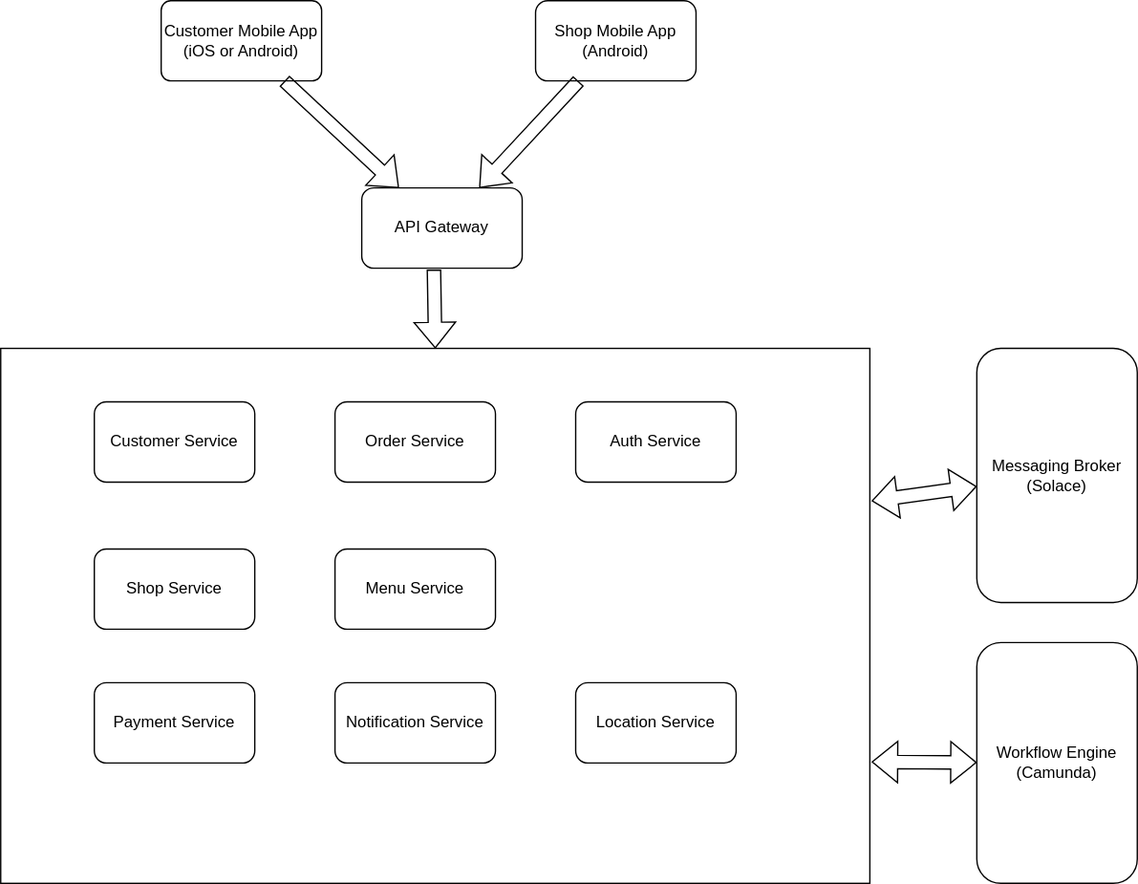
The draw.io diagram solution-design/component_diagram.svg in ngocthonguyen/digital_coffee, before a commit. Source tidied: cells renumbered, new cells last; positions are measured from the earlier drawing's top-left corner, leaving out a move shared by most shapes.
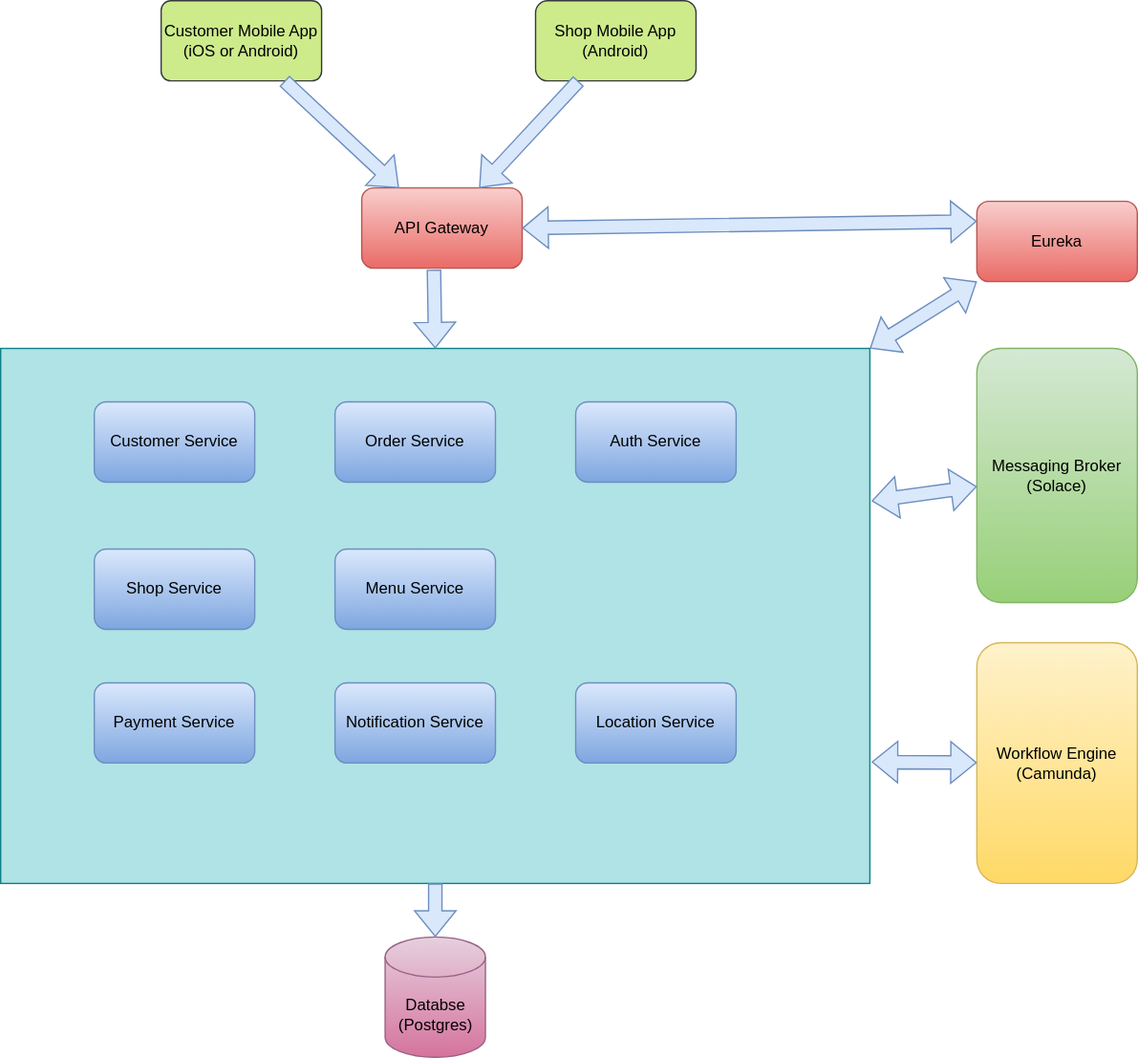
The same file after the commit.

Diff of the diagram source:
```diff
@@ -2,62 +2,77 @@
   <root>
     <mxCell id="0" />
     <mxCell id="1" parent="0" />
-    <mxCell id="2" style="rounded=0;whiteSpace=wrap;html=1;" parent="1" vertex="1">
+    <mxCell id="2" style="rounded=0;whiteSpace=wrap;html=1;fillColor=#b0e3e6;strokeColor=#0e8088;" parent="1" vertex="1">
       <mxGeometry y="260" width="650" height="400" as="geometry" />
     </mxCell>
-    <mxCell id="3" value="Customer Mobile App&lt;br&gt;(iOS or Android)" style="rounded=1;whiteSpace=wrap;html=1;arcSize=12;" parent="1" vertex="1">
+    <mxCell id="3" value="Customer Mobile App&lt;br&gt;(iOS or Android)" style="rounded=1;whiteSpace=wrap;html=1;arcSize=12;fillColor=#cdeb8b;strokeColor=#36393d;" parent="1" vertex="1">
       <mxGeometry x="120" width="120" height="60" as="geometry" />
     </mxCell>
-    <mxCell id="4" value="Shop&amp;nbsp;Mobile App&lt;br&gt;(Android)" style="rounded=1;whiteSpace=wrap;html=1;" parent="1" vertex="1">
+    <mxCell id="4" value="Shop&amp;nbsp;Mobile App&lt;br&gt;(Android)" style="rounded=1;whiteSpace=wrap;html=1;fillColor=#cdeb8b;strokeColor=#36393d;" parent="1" vertex="1">
       <mxGeometry x="400" width="120" height="60" as="geometry" />
     </mxCell>
-    <mxCell id="5" value="API Gateway" style="rounded=1;whiteSpace=wrap;html=1;" parent="1" vertex="1">
+    <mxCell id="5" value="API Gateway" style="rounded=1;whiteSpace=wrap;html=1;fillColor=#f8cecc;gradientColor=#ea6b66;strokeColor=#b85450;" parent="1" vertex="1">
       <mxGeometry x="270" y="140" width="120" height="60" as="geometry" />
     </mxCell>
-    <mxCell id="6" value="Auth Service" style="rounded=1;whiteSpace=wrap;html=1;" parent="1" vertex="1">
+    <mxCell id="6" value="Auth Service" style="rounded=1;whiteSpace=wrap;html=1;fillColor=#dae8fc;gradientColor=#7ea6e0;strokeColor=#6c8ebf;" parent="1" vertex="1">
       <mxGeometry x="430" y="300" width="120" height="60" as="geometry" />
     </mxCell>
-    <mxCell id="7" value="Shop Service" style="rounded=1;whiteSpace=wrap;html=1;" parent="1" vertex="1">
+    <mxCell id="7" value="Shop Service" style="rounded=1;whiteSpace=wrap;html=1;fillColor=#dae8fc;gradientColor=#7ea6e0;strokeColor=#6c8ebf;" parent="1" vertex="1">
       <mxGeometry x="70" y="410" width="120" height="60" as="geometry" />
     </mxCell>
-    <mxCell id="8" value="Order Service" style="rounded=1;whiteSpace=wrap;html=1;" parent="1" vertex="1">
+    <mxCell id="8" value="Order Service" style="rounded=1;whiteSpace=wrap;html=1;fillColor=#dae8fc;gradientColor=#7ea6e0;strokeColor=#6c8ebf;" parent="1" vertex="1">
       <mxGeometry x="250" y="300" width="120" height="60" as="geometry" />
     </mxCell>
-    <mxCell id="9" value="Workflow Engine&lt;br&gt;(Camunda)" style="rounded=1;whiteSpace=wrap;html=1;" parent="1" vertex="1">
+    <mxCell id="9" value="Workflow Engine&lt;br&gt;(Camunda)" style="rounded=1;whiteSpace=wrap;html=1;fillColor=#fff2cc;gradientColor=#ffd966;strokeColor=#d6b656;" parent="1" vertex="1">
       <mxGeometry x="730" y="480" width="120" height="180" as="geometry" />
     </mxCell>
-    <mxCell id="10" style="shape=flexArrow;endArrow=classic;html=1;rounded=0;" parent="1" edge="1" source="4" target="5">
+    <mxCell id="10" style="shape=flexArrow;endArrow=classic;html=1;rounded=0;fillColor=#dae8fc;strokeColor=#6c8ebf;" parent="1" edge="1" source="4" target="5">
       <mxGeometry relative="1" as="geometry" />
     </mxCell>
-    <mxCell id="11" style="shape=flexArrow;endArrow=classic;html=1;rounded=0;" parent="1" edge="1" source="3" target="5">
+    <mxCell id="11" style="shape=flexArrow;endArrow=classic;html=1;rounded=0;fillColor=#dae8fc;strokeColor=#6c8ebf;" parent="1" edge="1" source="3" target="5">
       <mxGeometry relative="1" as="geometry" />
     </mxCell>
-    <mxCell id="12" value="Messaging Broker&lt;br&gt;(Solace)" style="rounded=1;whiteSpace=wrap;html=1;" parent="1" vertex="1">
+    <mxCell id="12" value="Messaging Broker&lt;br&gt;(Solace)" style="rounded=1;whiteSpace=wrap;html=1;fillColor=#d5e8d4;gradientColor=#97d077;strokeColor=#82b366;" parent="1" vertex="1">
       <mxGeometry x="730" y="260" width="120" height="190" as="geometry" />
     </mxCell>
-    <mxCell id="13" style="shape=flexArrow;endArrow=classic;html=1;rounded=0;exitX=0.45;exitY=1.017;exitDx=0;exitDy=0;exitPerimeter=0;entryX=0.5;entryY=0;entryDx=0;entryDy=0;" parent="1" edge="1" source="5" target="2">
+    <mxCell id="13" style="shape=flexArrow;endArrow=classic;html=1;rounded=0;exitX=0.45;exitY=1.017;exitDx=0;exitDy=0;exitPerimeter=0;entryX=0.5;entryY=0;entryDx=0;entryDy=0;fillColor=#dae8fc;strokeColor=#6c8ebf;" parent="1" edge="1" source="5" target="2">
       <mxGeometry relative="1" as="geometry" />
     </mxCell>
-    <mxCell id="14" style="shape=flexArrow;endArrow=classic;startArrow=classic;html=1;rounded=0;exitX=1.002;exitY=0.285;exitDx=0;exitDy=0;exitPerimeter=0;" parent="1" edge="1" source="2" target="12">
+    <mxCell id="14" style="shape=flexArrow;endArrow=classic;startArrow=classic;html=1;rounded=0;exitX=1.002;exitY=0.285;exitDx=0;exitDy=0;exitPerimeter=0;fillColor=#dae8fc;strokeColor=#6c8ebf;" parent="1" edge="1" source="2" target="12">
       <mxGeometry relative="1" as="geometry" />
     </mxCell>
-    <mxCell id="15" value="Customer Service" style="rounded=1;whiteSpace=wrap;html=1;" parent="1" vertex="1">
+    <mxCell id="15" value="Customer Service" style="rounded=1;whiteSpace=wrap;html=1;fillColor=#dae8fc;gradientColor=#7ea6e0;strokeColor=#6c8ebf;" parent="1" vertex="1">
       <mxGeometry x="70" y="300" width="120" height="60" as="geometry" />
     </mxCell>
-    <mxCell id="16" value="Menu Service" style="rounded=1;whiteSpace=wrap;html=1;" parent="1" vertex="1">
+    <mxCell id="16" value="Menu Service" style="rounded=1;whiteSpace=wrap;html=1;fillColor=#dae8fc;gradientColor=#7ea6e0;strokeColor=#6c8ebf;" parent="1" vertex="1">
       <mxGeometry x="250" y="410" width="120" height="60" as="geometry" />
     </mxCell>
-    <mxCell id="17" value="Payment Service" style="rounded=1;whiteSpace=wrap;html=1;" parent="1" vertex="1">
+    <mxCell id="17" value="Payment Service" style="rounded=1;whiteSpace=wrap;html=1;fillColor=#dae8fc;gradientColor=#7ea6e0;strokeColor=#6c8ebf;" parent="1" vertex="1">
       <mxGeometry x="70" y="510" width="120" height="60" as="geometry" />
     </mxCell>
-    <mxCell id="18" value="Location&lt;span style=&quot;background-color: initial;&quot;&gt;&amp;nbsp;Service&lt;/span&gt;" style="rounded=1;whiteSpace=wrap;html=1;" parent="1" vertex="1">
+    <mxCell id="18" value="Location&lt;span style=&quot;background-color: initial;&quot;&gt;&amp;nbsp;Service&lt;/span&gt;" style="rounded=1;whiteSpace=wrap;html=1;fillColor=#dae8fc;gradientColor=#7ea6e0;strokeColor=#6c8ebf;" parent="1" vertex="1">
       <mxGeometry x="430" y="510" width="120" height="60" as="geometry" />
     </mxCell>
-    <mxCell id="19" value="Notification&lt;span style=&quot;background-color: initial;&quot;&gt;&amp;nbsp;Service&lt;/span&gt;" style="rounded=1;whiteSpace=wrap;html=1;" parent="1" vertex="1">
+    <mxCell id="19" value="Notification&lt;span style=&quot;background-color: initial;&quot;&gt;&amp;nbsp;Service&lt;/span&gt;" style="rounded=1;whiteSpace=wrap;html=1;fillColor=#dae8fc;gradientColor=#7ea6e0;strokeColor=#6c8ebf;" parent="1" vertex="1">
       <mxGeometry x="250" y="510" width="120" height="60" as="geometry" />
     </mxCell>
-    <mxCell id="20" style="shape=flexArrow;endArrow=classic;startArrow=classic;html=1;rounded=0;exitX=1.002;exitY=0.773;exitDx=0;exitDy=0;exitPerimeter=0;" parent="1" edge="1" source="2" target="9">
+    <mxCell id="20" style="shape=flexArrow;endArrow=classic;startArrow=classic;html=1;rounded=0;exitX=1.002;exitY=0.773;exitDx=0;exitDy=0;exitPerimeter=0;fillColor=#dae8fc;strokeColor=#6c8ebf;" parent="1" edge="1" source="2" target="9">
       <mxGeometry relative="1" as="geometry" />
     </mxCell>
+    <mxCell id="21" value="Databse&lt;div&gt;(Postgres)&lt;/div&gt;" style="shape=cylinder3;whiteSpace=wrap;html=1;boundedLbl=1;backgroundOutline=1;size=15;fillColor=#e6d0de;strokeColor=#996185;gradientColor=#d5739d;" parent="1" vertex="1">
+      <mxGeometry x="287.5" y="700" width="75" height="90" as="geometry" />
+    </mxCell>
+    <mxCell id="22" style="shape=flexArrow;endArrow=classic;html=1;rounded=0;exitX=0.5;exitY=1;exitDx=0;exitDy=0;entryX=0.5;entryY=0;entryDx=0;entryDy=0;entryPerimeter=0;fillColor=#dae8fc;strokeColor=#6c8ebf;" parent="1" edge="1" source="2" target="21">
+      <mxGeometry relative="1" as="geometry" />
+    </mxCell>
+    <mxCell id="23" value="Eureka" style="rounded=1;whiteSpace=wrap;html=1;fillColor=#f8cecc;gradientColor=#ea6b66;strokeColor=#b85450;" parent="1" vertex="1">
+      <mxGeometry x="730" y="150" width="120" height="60" as="geometry" />
+    </mxCell>
+    <mxCell id="24" style="shape=flexArrow;endArrow=classic;startArrow=classic;html=1;rounded=0;exitX=1;exitY=0;exitDx=0;exitDy=0;entryX=0;entryY=1;entryDx=0;entryDy=0;fillColor=#dae8fc;strokeColor=#6c8ebf;" parent="1" edge="1" source="2" target="23">
+      <mxGeometry relative="1" as="geometry" />
+    </mxCell>
+    <mxCell id="25" style="shape=flexArrow;endArrow=classic;startArrow=classic;html=1;rounded=0;entryX=0;entryY=0.25;entryDx=0;entryDy=0;exitX=1;exitY=0.5;exitDx=0;exitDy=0;fillColor=#dae8fc;strokeColor=#6c8ebf;" parent="1" edge="1" source="5" target="23">
+      <mxGeometry relative="1" as="geometry" />
+    </mxCell>
   </root>
 </mxGraphModel>
```
